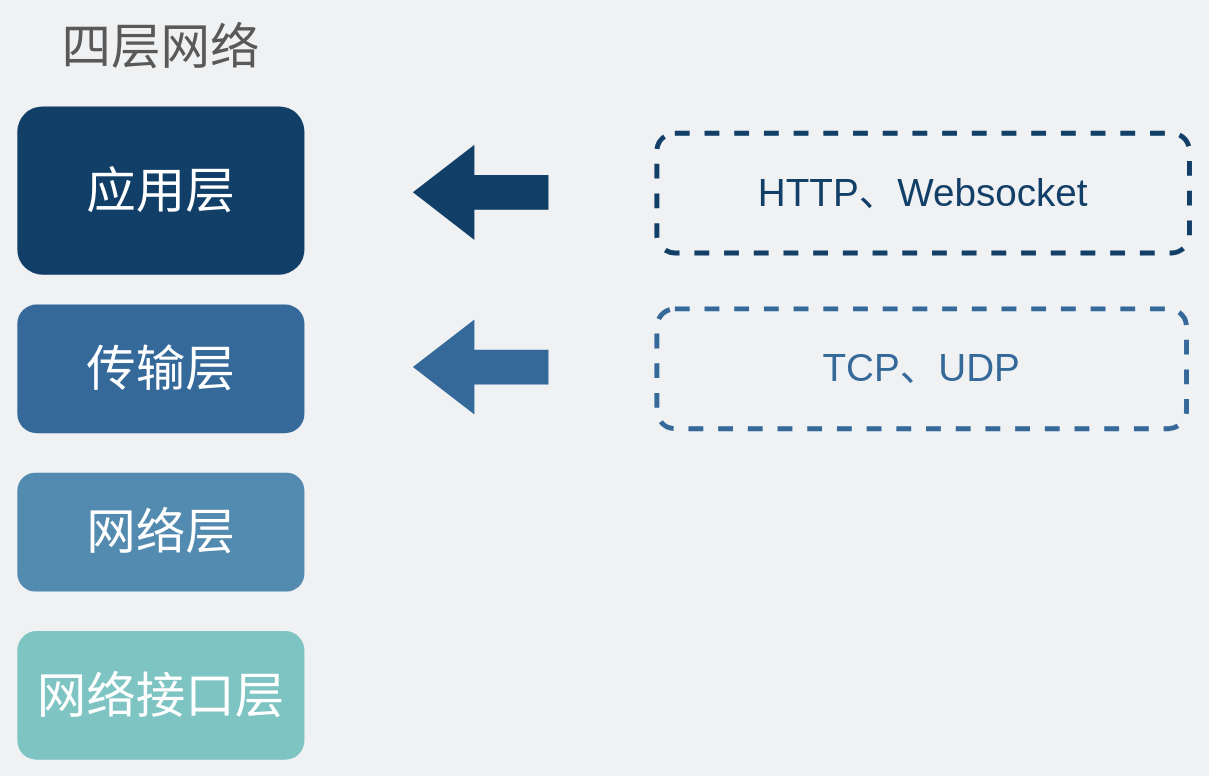
Earlier version of the draw.io diagram network/websocket在四层网络协议中的位置.drawio (xiaobaiTech/image). Source tidied: cells renumbered, new cells numbered last; positions are measured from the earlier drawing's top-left corner, leaving out a move shared by most shapes. Both pictures are drawn from the tidied source at 99%, with x=0, y=0 at pixel (17, 37).
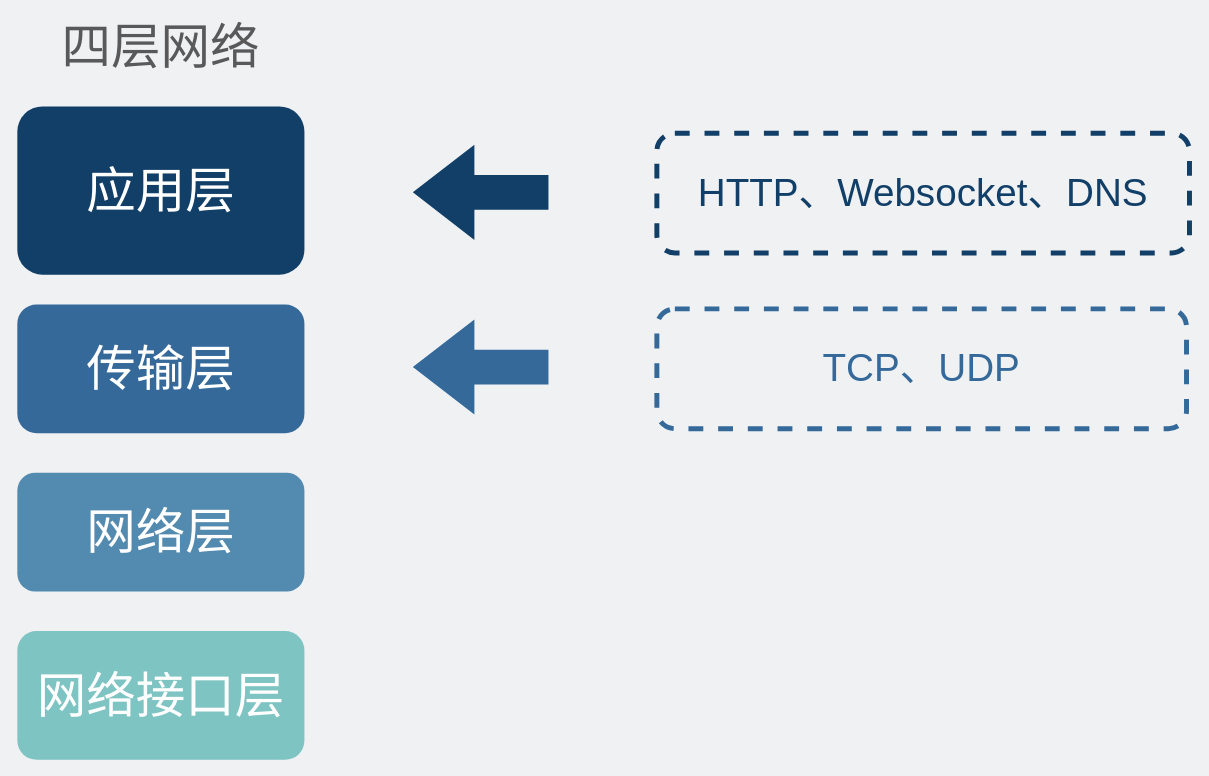
The same diagram, later.

Commit message:
更新websocket在四层网络协议中的位置.drawio

What changed in the source:
```diff
@@
 <mxGraphModel background="#EFF1F3">
   <root>
     <mxCell id="0" />
     <mxCell id="1" parent="0" />
     <mxCell id="2" value="&lt;span style=&quot;font-size: 39px;&quot;&gt;&lt;font color=&quot;#35699a&quot;&gt;TCP、UDP&lt;/font&gt;&lt;/span&gt;" style="rounded=1;whiteSpace=wrap;html=1;fontColor=#4A919B;fillColor=none;strokeWidth=5;dashed=1;strokeColor=#35699A;" parent="1" vertex="1">
       <mxGeometry x="646" y="274.5" width="535" height="121" as="geometry" />
     </mxCell>
     <mxCell id="3" value="&lt;font style=&quot;font-size: 50px&quot;&gt;应用层&lt;/font&gt;" style="rounded=1;whiteSpace=wrap;html=1;strokeWidth=5;fontColor=#FFFFFF;fillColor=#123F67;strokeColor=none;" parent="1" vertex="1">
       <mxGeometry y="70" width="290" height="170" as="geometry" />
     </mxCell>
     <mxCell id="4" value="&lt;font style=&quot;font-size: 50px&quot;&gt;传输层&lt;/font&gt;" style="rounded=1;whiteSpace=wrap;html=1;strokeWidth=5;fontColor=#FFFFFF;fillColor=#35699A;strokeColor=none;" parent="1" vertex="1">
       <mxGeometry y="270" width="290" height="130" as="geometry" />
     </mxCell>
     <mxCell id="5" value="&lt;span style=&quot;font-size: 50px&quot;&gt;网络层&lt;/span&gt;" style="rounded=1;whiteSpace=wrap;html=1;strokeWidth=5;fontColor=#FFFFFF;fillColor=#538AAF;strokeColor=none;" parent="1" vertex="1">
       <mxGeometry y="440" width="290" height="120" as="geometry" />
     </mxCell>
     <mxCell id="6" value="&lt;span style=&quot;font-size: 50px&quot;&gt;网络接口层&lt;/span&gt;" style="rounded=1;whiteSpace=wrap;html=1;strokeWidth=5;fontColor=#FFFFFF;fillColor=#7EC4C3;strokeColor=none;" parent="1" vertex="1">
       <mxGeometry y="600" width="290" height="130" as="geometry" />
     </mxCell>
     <mxCell id="7" value="&lt;font color=&quot;#595959&quot; style=&quot;font-size: 50px&quot;&gt;四层网络&lt;/font&gt;" style="text;html=1;strokeColor=none;fillColor=none;align=center;verticalAlign=middle;whiteSpace=wrap;rounded=0;" parent="1" vertex="1">
       <mxGeometry x="20" width="250" height="20" as="geometry" />
     </mxCell>
     <mxCell id="8" style="shape=flexArrow;endArrow=classic;html=1;fontColor=#4A919B;endWidth=60;endSize=20.391666666666666;width=35;strokeColor=none;fillColor=#35699A;" parent="1" edge="1">
       <mxGeometry relative="1" as="geometry">
         <mxPoint x="537" y="333.3" as="sourcePoint" />
         <mxPoint x="399" y="333.3" as="targetPoint" />
       </mxGeometry>
     </mxCell>
-    <mxCell id="9" value="&lt;span style=&quot;font-size: 39px;&quot;&gt;&lt;font color=&quot;#123f67&quot;&gt;HTTP、Websocket&lt;/font&gt;&lt;/span&gt;" style="rounded=1;whiteSpace=wrap;html=1;fontColor=#4A919B;fillColor=none;strokeWidth=5;dashed=1;strokeColor=#123F67;" parent="1" vertex="1">
+    <mxCell id="9" value="&lt;span style=&quot;font-size: 39px;&quot;&gt;&lt;font color=&quot;#123f67&quot;&gt;HTTP、Websocket、DNS&lt;/font&gt;&lt;/span&gt;" style="rounded=1;whiteSpace=wrap;html=1;fontColor=#4A919B;fillColor=none;strokeWidth=5;dashed=1;strokeColor=#123F67;" parent="1" vertex="1">
       <mxGeometry x="646" y="97" width="538" height="121" as="geometry" />
     </mxCell>
     <mxCell id="10" style="shape=flexArrow;endArrow=classic;html=1;fontColor=#123F67;endWidth=60;endSize=20.391666666666666;width=35;fillColor=#123F67;strokeColor=none;" parent="1" edge="1">
       <mxGeometry relative="1" as="geometry">
         <mxPoint x="537" y="156.8" as="sourcePoint" />
         <mxPoint x="399" y="156.8" as="targetPoint" />
       </mxGeometry>
     </mxCell>
   </root>
 </mxGraphModel>
```
